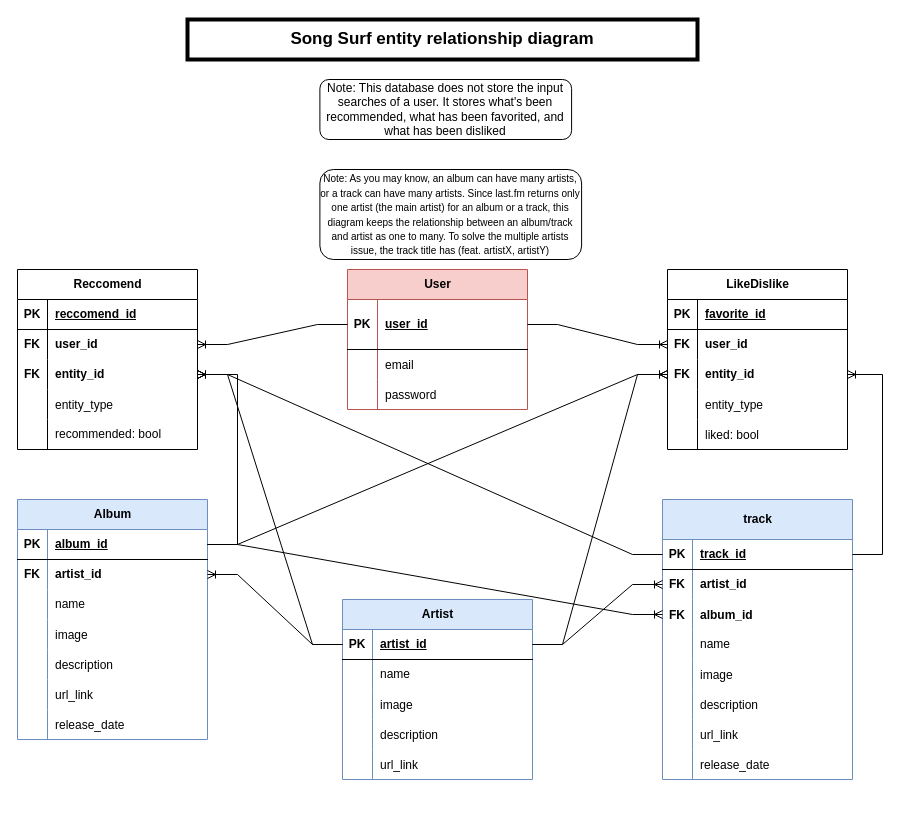
comp195/SongSurf keeps this draw.io diagram as Documentation/songsurf_entity_relationship_diagram_v2.drawio. Above is the earlier version. Source tidied: cells renumbered, new cells numbered last; positions are measured from the earlier drawing's top-left corner, leaving out a move shared by most shapes. Both pictures are drawn from the tidied source at 100%, with x=0, y=0 at pixel (17, 19).
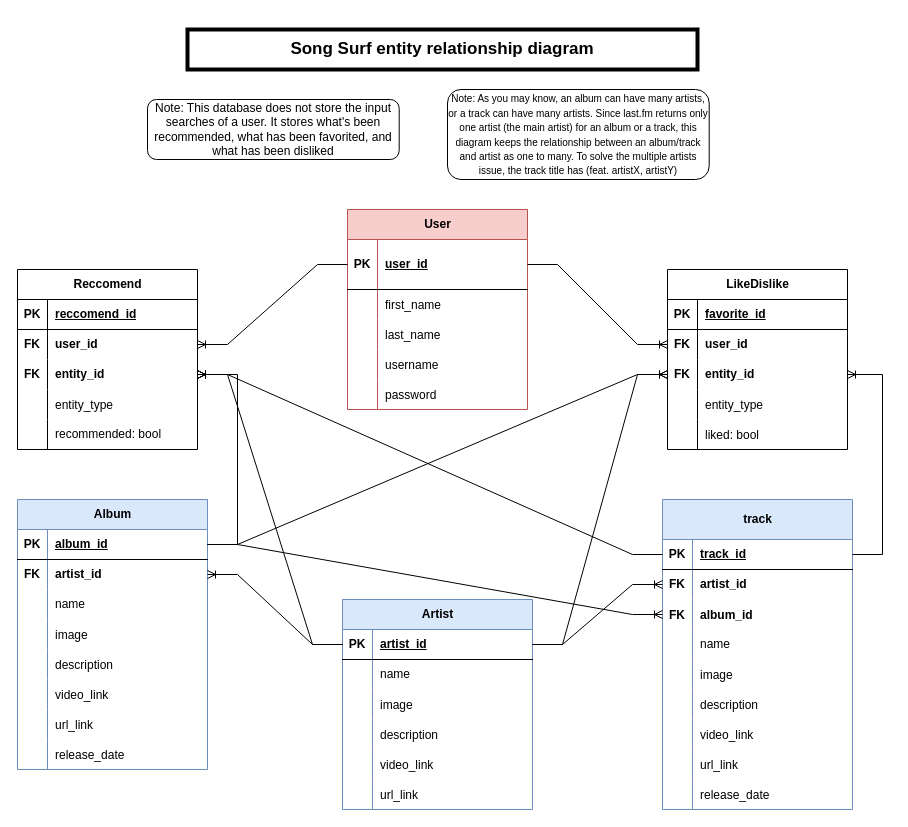
The same page after the edit.

The edit, as a diff of the source:
```diff
@@
     <mxCell id="2" value="User" style="shape=table;startSize=30;childLayout=tableLayout;rowLines=0;fontStyle=1;align=center;html=1;fillColor=#f8cecc;strokeColor=#b85450;" parent="1" vertex="1">
-      <mxGeometry x="330" y="250" width="180" height="140" as="geometry" />
+      <mxGeometry x="330" y="190" width="180" height="200" as="geometry" />
     </mxCell>
@@
+    <mxCell id="121" style="shape=tableRow;horizontal=0;startSize=0;swimlaneHead=0;swimlaneBody=0;fillColor=none;top=0;left=0;right=0;bottom=0;" parent="2" vertex="1">
+      <mxGeometry y="80" width="180" height="30" as="geometry" />
+    </mxCell>
+    <mxCell id="122" style="shape=partialRectangle;fillColor=none;top=0;left=0;bottom=0;right=0;overflow=hidden;" parent="121" vertex="1">
+      <mxGeometry width="30" height="30" as="geometry" />
+    </mxCell>
+    <mxCell id="123" value="first_name" style="shape=partialRectangle;fillColor=none;top=0;left=0;bottom=0;right=0;align=left;spacingLeft=6;overflow=hidden;" parent="121" vertex="1">
+      <mxGeometry x="30" width="150" height="30" as="geometry" />
+    </mxCell>
+    <mxCell id="124" style="shape=tableRow;horizontal=0;startSize=0;swimlaneHead=0;swimlaneBody=0;fillColor=none;top=0;left=0;right=0;bottom=0;" parent="2" vertex="1">
+      <mxGeometry y="110" width="180" height="30" as="geometry" />
+    </mxCell>
+    <mxCell id="125" style="shape=partialRectangle;fillColor=none;top=0;left=0;bottom=0;right=0;overflow=hidden;" parent="124" vertex="1">
+      <mxGeometry width="30" height="30" as="geometry" />
+    </mxCell>
+    <mxCell id="126" value="last_name" style="shape=partialRectangle;fillColor=none;top=0;left=0;bottom=0;right=0;align=left;spacingLeft=6;overflow=hidden;" parent="124" vertex="1">
+      <mxGeometry x="30" width="150" height="30" as="geometry" />
+    </mxCell>
     <mxCell id="6" style="shape=tableRow;horizontal=0;startSize=0;swimlaneHead=0;swimlaneBody=0;fillColor=none;top=0;left=0;right=0;bottom=0;" parent="2" vertex="1">
-      <mxGeometry y="80" width="180" height="30" as="geometry" />
+      <mxGeometry y="140" width="180" height="30" as="geometry" />
     </mxCell>
@@
-    <mxCell id="8" value="email" style="shape=partialRectangle;fillColor=none;top=0;left=0;bottom=0;right=0;align=left;spacingLeft=6;overflow=hidden;" parent="6" vertex="1">
+    <mxCell id="8" value="username" style="shape=partialRectangle;fillColor=none;top=0;left=0;bottom=0;right=0;align=left;spacingLeft=6;overflow=hidden;" parent="6" vertex="1">
       <mxGeometry x="30" width="150" height="30" as="geometry" />
     </mxCell>
     <mxCell id="9" style="shape=tableRow;horizontal=0;startSize=0;swimlaneHead=0;swimlaneBody=0;fillColor=none;top=0;left=0;right=0;bottom=0;" parent="2" vertex="1">
-      <mxGeometry y="110" width="180" height="30" as="geometry" />
+      <mxGeometry y="170" width="180" height="30" as="geometry" />
     </mxCell>
@@
     <mxCell id="28" value="Artist" style="shape=table;startSize=30;childLayout=tableLayout;rowLines=0;fontStyle=1;align=center;html=1;fillColor=#dae8fc;strokeColor=#6c8ebf;" parent="1" vertex="1">
-      <mxGeometry x="325" y="580" width="190" height="180" as="geometry" />
+      <mxGeometry x="325" y="580" width="190" height="210" as="geometry" />
     </mxCell>
@@
+    <mxCell id="127" style="shape=tableRow;horizontal=0;startSize=0;swimlaneHead=0;swimlaneBody=0;fillColor=none;top=0;left=0;right=0;bottom=0;" parent="28" vertex="1">
+      <mxGeometry y="150" width="190" height="30" as="geometry" />
+    </mxCell>
+    <mxCell id="128" style="shape=partialRectangle;fillColor=none;top=0;left=0;bottom=0;right=0;overflow=hidden;" parent="127" vertex="1">
+      <mxGeometry width="30" height="30" as="geometry" />
+    </mxCell>
+    <mxCell id="129" value="video_link" style="shape=partialRectangle;fillColor=none;top=0;left=0;bottom=0;right=0;align=left;spacingLeft=6;overflow=hidden;" parent="127" vertex="1">
+      <mxGeometry x="30" width="160" height="30" as="geometry" />
+    </mxCell>
     <mxCell id="41" style="shape=tableRow;horizontal=0;startSize=0;swimlaneHead=0;swimlaneBody=0;fillColor=none;top=0;left=0;right=0;bottom=0;" parent="28" vertex="1">
-      <mxGeometry y="150" width="190" height="30" as="geometry" />
+      <mxGeometry y="180" width="190" height="30" as="geometry" />
     </mxCell>
@@
     <mxCell id="44" value="&lt;b&gt;&lt;font style=&quot;font-size: 17px;&quot;&gt;Song Surf entity relationship diagram&lt;/font&gt;&lt;/b&gt;" style="rounded=0;whiteSpace=wrap;html=1;strokeWidth=4;" parent="1" vertex="1">
-      <mxGeometry x="170" width="510" height="40" as="geometry" />
+      <mxGeometry x="170" y="10" width="510" height="40" as="geometry" />
     </mxCell>
     <mxCell id="45" value="Note: This database does not store the input searches of a user. It stores what's been recommended, what has been favorited, and what has been disliked" style="rounded=1;whiteSpace=wrap;html=1;strokeColor=#000000;" parent="1" vertex="1">
-      <mxGeometry x="302.4" y="60" width="251.7" height="60" as="geometry" />
+      <mxGeometry x="130" y="80" width="251.7" height="60" as="geometry" />
     </mxCell>
     <mxCell id="46" value="Album" style="shape=table;startSize=30;childLayout=tableLayout;rowLines=0;fontStyle=1;align=center;html=1;fillColor=#dae8fc;strokeColor=#6c8ebf;" parent="1" vertex="1">
-      <mxGeometry y="480" width="190" height="240" as="geometry" />
+      <mxGeometry y="480" width="190" height="270" as="geometry" />
     </mxCell>
@@
+    <mxCell id="130" style="shape=tableRow;horizontal=0;startSize=0;swimlaneHead=0;swimlaneBody=0;fillColor=none;top=0;left=0;right=0;bottom=0;" parent="46" vertex="1">
+      <mxGeometry y="180" width="190" height="30" as="geometry" />
+    </mxCell>
+    <mxCell id="131" style="shape=partialRectangle;fillColor=none;top=0;left=0;bottom=0;right=0;overflow=hidden;" parent="130" vertex="1">
+      <mxGeometry width="30" height="30" as="geometry" />
+    </mxCell>
+    <mxCell id="132" value="video_link" style="shape=partialRectangle;fillColor=none;top=0;left=0;bottom=0;right=0;align=left;spacingLeft=6;overflow=hidden;" parent="130" vertex="1">
+      <mxGeometry x="30" width="160" height="30" as="geometry" />
+    </mxCell>
     <mxCell id="62" style="shape=tableRow;horizontal=0;startSize=0;swimlaneHead=0;swimlaneBody=0;fillColor=none;top=0;left=0;right=0;bottom=0;" parent="46" vertex="1">
-      <mxGeometry y="180" width="190" height="30" as="geometry" />
+      <mxGeometry y="210" width="190" height="30" as="geometry" />
     </mxCell>
@@
     <mxCell id="65" style="shape=tableRow;horizontal=0;startSize=0;swimlaneHead=0;swimlaneBody=0;fillColor=none;top=0;left=0;right=0;bottom=0;" parent="46" vertex="1">
-      <mxGeometry y="210" width="190" height="30" as="geometry" />
+      <mxGeometry y="240" width="190" height="30" as="geometry" />
     </mxCell>
@@
     <mxCell id="68" value="track" style="shape=table;startSize=40;childLayout=tableLayout;rowLines=0;fontStyle=1;align=center;html=1;fillColor=#dae8fc;strokeColor=#6c8ebf;" parent="1" vertex="1">
-      <mxGeometry x="645" y="480" width="190" height="280" as="geometry" />
+      <mxGeometry x="645" y="480" width="190" height="310" as="geometry" />
     </mxCell>
@@
+    <mxCell id="133" style="shape=tableRow;horizontal=0;startSize=0;swimlaneHead=0;swimlaneBody=0;fillColor=none;top=0;left=0;right=0;bottom=0;" parent="68" vertex="1">
+      <mxGeometry y="220" width="190" height="30" as="geometry" />
+    </mxCell>
+    <mxCell id="134" style="shape=partialRectangle;fillColor=none;top=0;left=0;bottom=0;right=0;overflow=hidden;" parent="133" vertex="1">
+      <mxGeometry width="30" height="30" as="geometry" />
+    </mxCell>
+    <mxCell id="135" value="video_link" style="shape=partialRectangle;fillColor=none;top=0;left=0;bottom=0;right=0;align=left;spacingLeft=6;overflow=hidden;" parent="133" vertex="1">
+      <mxGeometry x="30" width="160" height="30" as="geometry" />
+    </mxCell>
     <mxCell id="87" style="shape=tableRow;horizontal=0;startSize=0;swimlaneHead=0;swimlaneBody=0;fillColor=none;top=0;left=0;right=0;bottom=0;" parent="68" vertex="1">
-      <mxGeometry y="220" width="190" height="30" as="geometry" />
+      <mxGeometry y="250" width="190" height="30" as="geometry" />
     </mxCell>
@@
     <mxCell id="90" style="shape=tableRow;horizontal=0;startSize=0;swimlaneHead=0;swimlaneBody=0;fillColor=none;top=0;left=0;right=0;bottom=0;" parent="68" vertex="1">
-      <mxGeometry y="250" width="190" height="30" as="geometry" />
+      <mxGeometry y="280" width="190" height="30" as="geometry" />
     </mxCell>
@@
     <mxCell id="101" value="&lt;font style=&quot;font-size: 10px;&quot;&gt;Note: As you may know, an album can have many artists, or a track can have many artists. Since last.fm returns only one artist (the main artist) for an album or a track, this diagram keeps the relationship between an album/track and artist as one to many. To solve the multiple artists issue, the track title has (feat. artistX, artistY)&lt;/font&gt;" style="rounded=1;whiteSpace=wrap;html=1;strokeColor=#000000;" parent="1" vertex="1">
-      <mxGeometry x="302.4" y="150" width="261.7" height="90" as="geometry" />
+      <mxGeometry x="430" y="70" width="261.7" height="90" as="geometry" />
     </mxCell>
```
